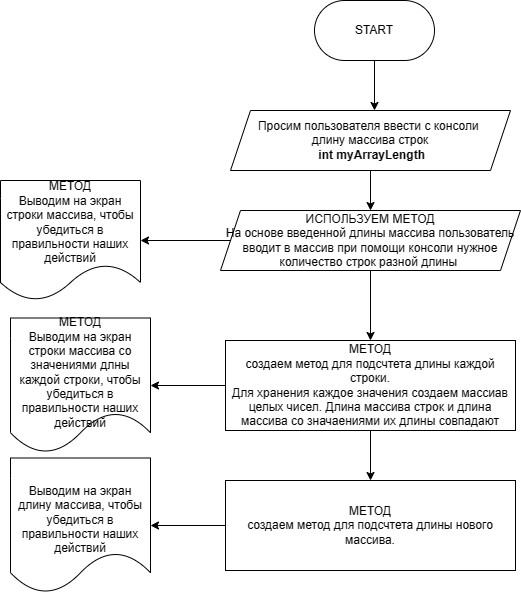
DariaKhan/GitInstructionWorkshop_2023_11_26 keeps this draw.io diagram as Diagramma senza titolo.drawio.png. Above is the earlier version. Source tidied: cells renumbered, new cells last; positions are measured from the earlier drawing's top-left corner, leaving out a move shared by most shapes.
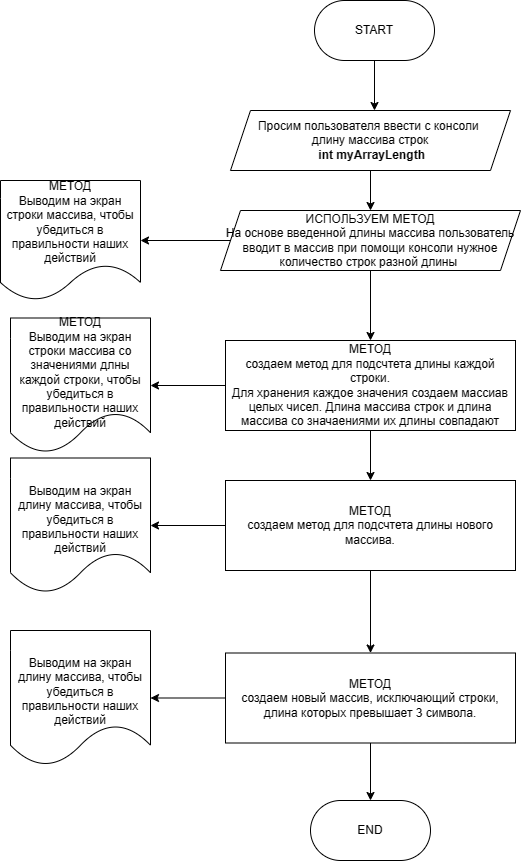
After the change.

The edit, as a diff of the source:
```diff
@@ -43,11 +43,29 @@
     <mxCell id="14" style="edgeStyle=orthogonalEdgeStyle;rounded=0;jettySize=auto;html=1;" parent="1" edge="1" source="15" target="16">
       <mxGeometry relative="1" as="geometry" />
     </mxCell>
+    <mxCell id="17" style="edgeStyle=orthogonalEdgeStyle;rounded=0;jettySize=auto;html=1;" parent="1" edge="1" source="15" target="20">
+      <mxGeometry relative="1" as="geometry" />
+    </mxCell>
     <mxCell id="15" value="МЕТОД&lt;br&gt;&lt;div&gt;создаем метод для подсчтета длины нового массива.&lt;/div&gt;" style="rounded=0;whiteSpace=wrap;html=1;" parent="1" vertex="1">
       <mxGeometry x="225" y="480" width="290" height="90" as="geometry" />
     </mxCell>
     <mxCell id="16" value="&lt;br&gt;&lt;br&gt;Выводим на экран длину массива, чтобы убедиться в правильности наших действий" style="shape=document;whiteSpace=wrap;html=1;boundedLbl=1;" parent="1" vertex="1">
       <mxGeometry x="10" y="457.5" width="140" height="135" as="geometry" />
     </mxCell>
+    <mxCell id="18" style="edgeStyle=orthogonalEdgeStyle;rounded=0;jettySize=auto;html=1;" parent="1" edge="1" source="20" target="21">
+      <mxGeometry relative="1" as="geometry" />
+    </mxCell>
+    <mxCell id="19" style="edgeStyle=orthogonalEdgeStyle;rounded=0;jettySize=auto;html=1;" parent="1" edge="1" source="20" target="22">
+      <mxGeometry relative="1" as="geometry" />
+    </mxCell>
+    <mxCell id="20" value="МЕТОД&lt;br&gt;&lt;div&gt;создаем новый массив, исключающий строки, длина которых превышает 3 символа.&lt;/div&gt;" style="rounded=0;whiteSpace=wrap;html=1;" parent="1" vertex="1">
+      <mxGeometry x="225" y="652.5" width="290" height="90" as="geometry" />
+    </mxCell>
+    <mxCell id="21" value="&lt;br&gt;&lt;br&gt;Выводим на экран длину массива, чтобы убедиться в правильности наших действий" style="shape=document;whiteSpace=wrap;html=1;boundedLbl=1;" parent="1" vertex="1">
+      <mxGeometry x="10" y="630" width="140" height="135" as="geometry" />
+    </mxCell>
+    <mxCell id="22" value="END" style="rounded=1;whiteSpace=wrap;html=1;arcSize=50;" parent="1" vertex="1">
+      <mxGeometry x="310" y="800" width="120" height="60" as="geometry" />
+    </mxCell>
   </root>
 </mxGraphModel>
```
